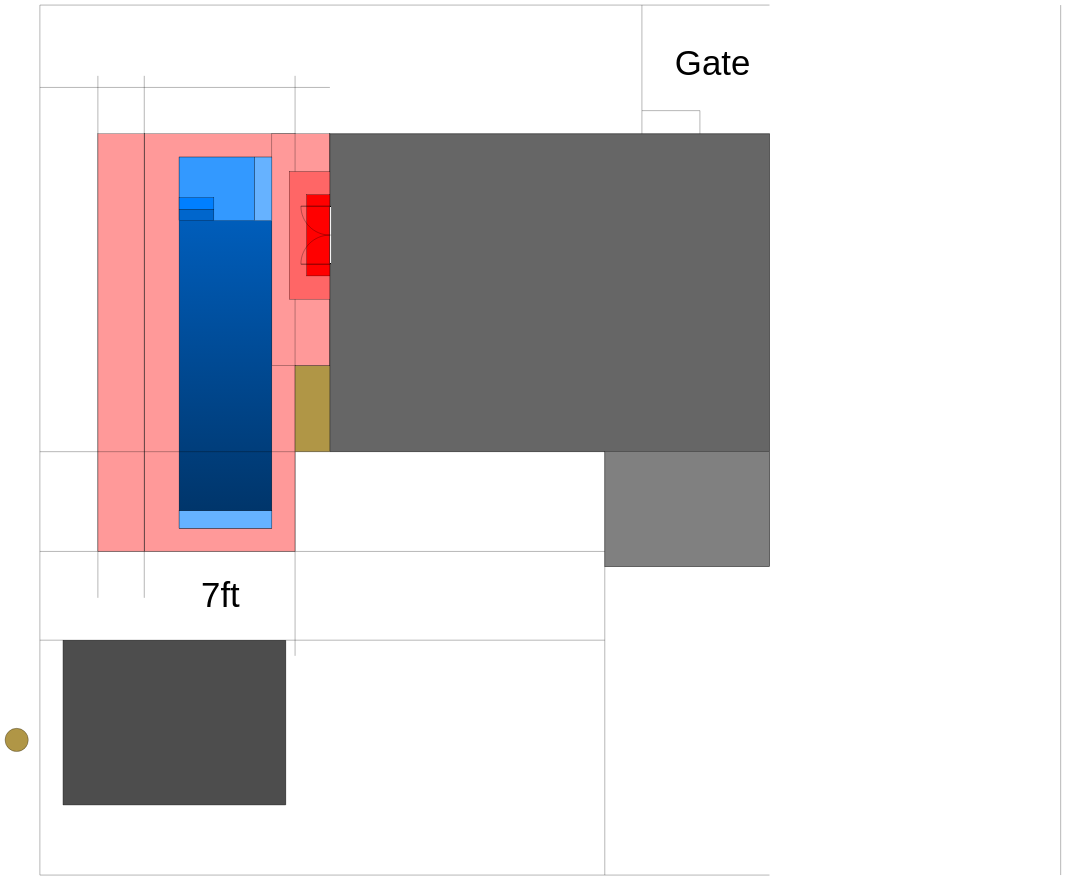
hikumealan/draw-io-diagrams keeps this draw.io diagram as Pool.drawio. Above is the earlier version. Source tidied: cells renumbered, new cells numbered last; positions are measured from the earlier drawing's top-left corner, leaving out a move shared by most shapes. Both pictures are drawn from the tidied source at 29%, with x=0, y=0 at pixel (5, 5).
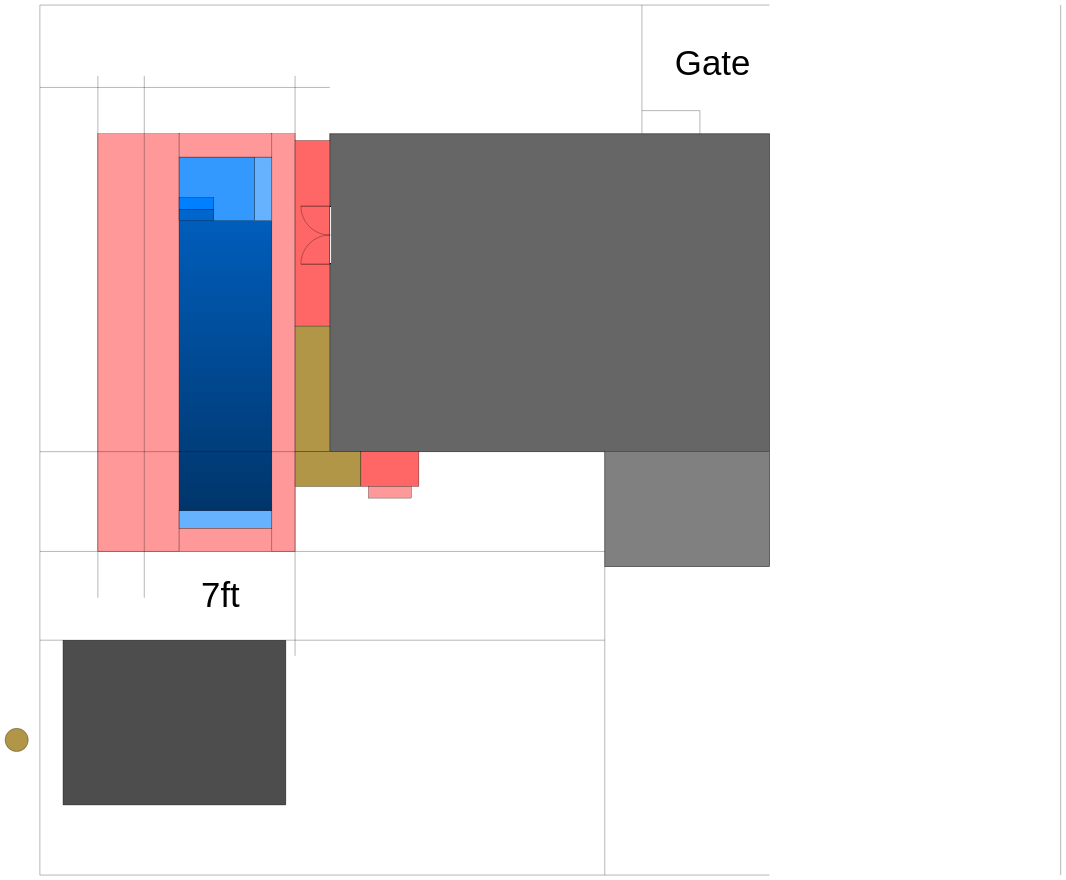
The same diagram, later.

Change to the diagram source:
```diff
@@
     <mxCell id="2" style="rounded=0;whiteSpace=wrap;html=1;fillColor=#FF9999;" parent="1" vertex="1">
-      <mxGeometry x="480" y="444" width="520" height="1440" as="geometry" />
+      <mxGeometry x="920" y="444" width="80" height="1440" as="geometry" />
     </mxCell>
     <mxCell id="3" style="rounded=0;whiteSpace=wrap;html=1;fontSize=120;fillColor=#FF9999;gradientColor=none;gradientDirection=north;" parent="1" vertex="1">
-      <mxGeometry x="320" y="444" width="160" height="1440" as="geometry" />
+      <mxGeometry x="320" y="444" width="280" height="1440" as="geometry" />
     </mxCell>
-    <mxCell id="4" style="rounded=0;whiteSpace=wrap;html=1;fillColor=#FF9999;direction=south;" parent="1" vertex="1">
-      <mxGeometry x="920" y="444" width="200" height="800" as="geometry" />
-    </mxCell>
@@
     <mxCell id="36" style="rounded=0;whiteSpace=wrap;html=1;fillColor=#FF6666;gradientColor=none;gradientDirection=north;" parent="1" vertex="1">
-      <mxGeometry x="980" y="574" width="140" height="440" as="geometry" />
+      <mxGeometry x="1000" y="467" width="120" height="640" as="geometry" />
     </mxCell>
-    <mxCell id="37" style="rounded=0;whiteSpace=wrap;html=1;fillColor=#FF0000;gradientColor=none;gradientDirection=north;" parent="1" vertex="1">
-      <mxGeometry x="1040" y="654" width="80" height="280" as="geometry" />
-    </mxCell>
@@
     <mxCell id="47" style="rounded=0;whiteSpace=wrap;html=1;fillColor=#B09646;gradientColor=none;gradientDirection=north;" parent="1" vertex="1">
-      <mxGeometry x="1000" y="1244" width="120" height="296" as="geometry" />
+      <mxGeometry x="1000" y="1107" width="120" height="433" as="geometry" />
     </mxCell>
+    <mxCell id="48" style="rounded=0;whiteSpace=wrap;html=1;fillColor=#B09646;gradientColor=none;gradientDirection=north;" parent="1" vertex="1">
+      <mxGeometry x="1000" y="1540" width="227" height="120" as="geometry" />
+    </mxCell>
+    <mxCell id="49" style="rounded=0;whiteSpace=wrap;html=1;fontSize=120;fillColor=#FF6666;gradientColor=none;gradientDirection=north;" parent="1" vertex="1">
+      <mxGeometry x="1227" y="1540" width="200" height="120" as="geometry" />
+    </mxCell>
+    <mxCell id="50" style="rounded=0;whiteSpace=wrap;html=1;fontSize=120;fillColor=#FF9999;gradientColor=none;gradientDirection=north;" parent="1" vertex="1">
+      <mxGeometry x="1253" y="1660" width="148" height="40" as="geometry" />
+    </mxCell>
+    <mxCell id="51" style="rounded=0;whiteSpace=wrap;html=1;fontSize=120;fillColor=#FF9999;gradientColor=none;gradientDirection=north;" parent="1" vertex="1">
+      <mxGeometry x="600" y="444" width="320" height="80" as="geometry" />
+    </mxCell>
+    <mxCell id="52" style="rounded=0;whiteSpace=wrap;html=1;fontSize=120;fillColor=#FF9999;gradientColor=none;gradientDirection=north;" parent="1" vertex="1">
+      <mxGeometry x="600" y="1804" width="320" height="80" as="geometry" />
+    </mxCell>
```
